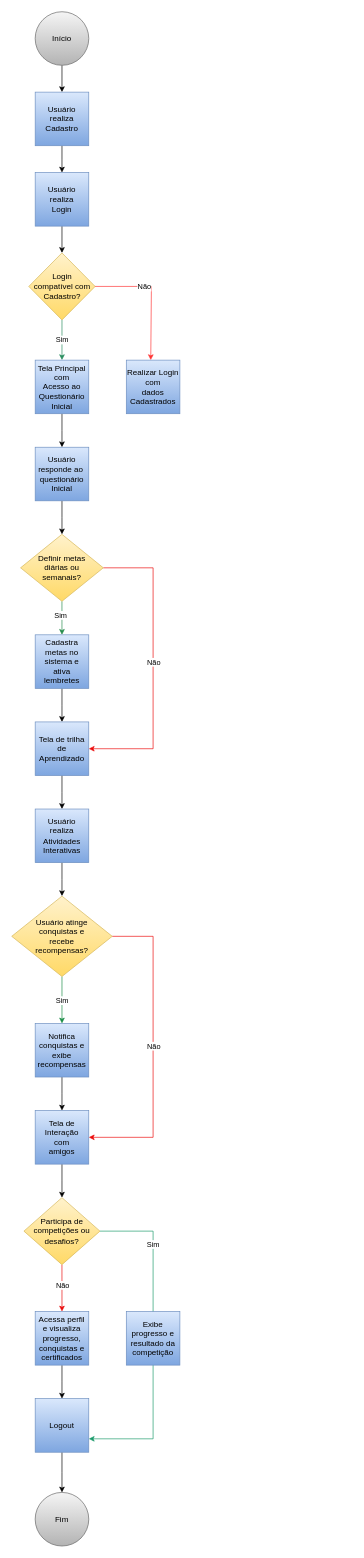
The draw.io diagram Documentação/Diagramas/Diagrama de Atividades.drawio in Carla-coder/Leka.github.io, before the edit. Source tidied: cells renumbered, new cells numbered last; positions are measured from the earlier drawing's top-left corner, leaving out a move shared by most shapes. Both pictures are drawn from the tidied source at 67%, with x=0, y=0 at pixel (11, 11).
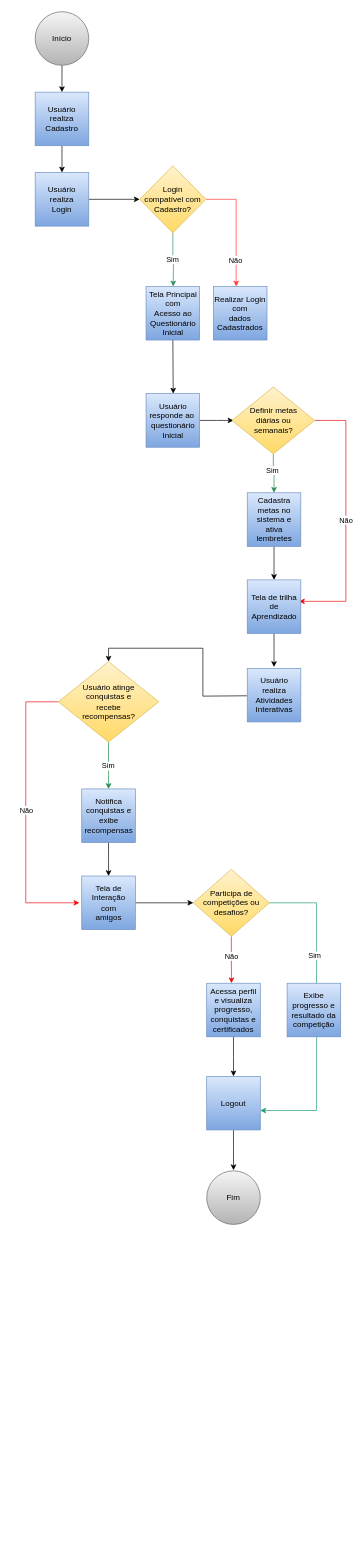
Above is the later version.

The change refers to these unchanged cells:
```xml
<mxCell id="7" value="Usuário realiza&lt;div&gt;Login&lt;/div&gt;" style="whiteSpace=wrap;html=1;fillColor=#dae8fc;gradientColor=#7ea6e0;strokeColor=#6c8ebf;" parent="1" vertex="1">
  <mxGeometry x="35" y="240" width="80" height="80" as="geometry" />
</mxCell>
```

Change to the diagram source:
```diff
@@
-    <mxCell id="6" style="edgeStyle=orthogonalEdgeStyle;rounded=0;jettySize=auto;html=1;exitX=0.5;exitY=1;exitDx=0;exitDy=0;" parent="1" edge="1" source="7" target="12">
+    <mxCell id="6" style="edgeStyle=orthogonalEdgeStyle;rounded=0;jettySize=auto;html=1;exitX=1;exitY=0.5;exitDx=0;exitDy=0;" parent="1" edge="1" source="7" target="12">
       <mxGeometry relative="1" as="geometry" />
     </mxCell>
@@
-    <mxCell id="8" style="edgeStyle=orthogonalEdgeStyle;rounded=0;orthogonalLoop=1;jettySize=auto;html=1;exitX=1;exitY=0.5;exitDx=0;exitDy=0;strokeColor=#FF3333;" parent="1" edge="1">
+    <mxCell id="8" style="edgeStyle=orthogonalEdgeStyle;rounded=0;jettySize=auto;html=1;strokeColor=#FF3333;exitX=1;exitY=0.5;exitDx=0;exitDy=0;" parent="1" edge="1" source="12">
       <mxGeometry relative="1" as="geometry">
-        <mxPoint x="71" y="410" as="sourcePoint" />
-        <mxPoint x="207.5" y="520" as="targetPoint" />
+        <mxPoint x="335" y="410" as="targetPoint" />
         <Array as="points">
-          <mxPoint x="208.5" y="410" />
+          <mxPoint x="335" y="280" />
         </Array>
       </mxGeometry>
     </mxCell>
     <mxCell id="9" value="Não" style="edgeLabel;html=1;align=center;verticalAlign=middle;" parent="8" vertex="1">
       <mxGeometry x="-0.18" relative="1" as="geometry">
-        <mxPoint x="25" as="offset" />
+        <mxPoint x="-2" y="63" as="offset" />
       </mxGeometry>
     </mxCell>
     <mxCell id="10" style="edgeStyle=orthogonalEdgeStyle;rounded=0;jettySize=auto;html=1;exitX=0.5;exitY=1;exitDx=0;exitDy=0;strokeColor=#298e5f;" parent="1" edge="1" source="12">
       <mxGeometry relative="1" as="geometry">
-        <mxPoint x="75" y="520" as="targetPoint" />
+        <mxPoint x="241" y="410" as="targetPoint" />
       </mxGeometry>
     </mxCell>
@@
     <mxCell id="12" value="Login&lt;div&gt;compatível com&lt;/div&gt;&lt;div&gt;Cadastro?&lt;/div&gt;" style="rhombus;whiteSpace=wrap;html=1;fillColor=#fff2cc;gradientColor=#ffd966;strokeColor=#d6b656;" parent="1" vertex="1">
-      <mxGeometry x="25.5" y="360" width="99" height="100" as="geometry" />
+      <mxGeometry x="191" y="230" width="99" height="100" as="geometry" />
     </mxCell>
     <mxCell id="13" value="Realizar Login&lt;div&gt;com&lt;/div&gt;&lt;div&gt;dados&lt;/div&gt;&lt;div&gt;Cadastrados&lt;/div&gt;" style="whiteSpace=wrap;html=1;fillColor=#dae8fc;gradientColor=#7ea6e0;strokeColor=#6c8ebf;" parent="1" vertex="1">
-      <mxGeometry x="171" y="520" width="80" height="80" as="geometry" />
+      <mxGeometry x="301" y="410" width="80" height="80" as="geometry" />
     </mxCell>
-    <mxCell id="14" style="edgeStyle=orthogonalEdgeStyle;rounded=0;jettySize=auto;html=1;exitX=0.5;exitY=1;exitDx=0;exitDy=0;" parent="1" edge="1" source="15">
+    <mxCell id="14" style="rounded=0;jettySize=auto;html=1;exitX=0.5;exitY=1;exitDx=0;exitDy=0;" parent="1" edge="1" source="15">
       <mxGeometry relative="1" as="geometry">
-        <mxPoint x="75" y="650" as="targetPoint" />
+        <mxPoint x="241" y="570" as="targetPoint" />
       </mxGeometry>
     </mxCell>
     <mxCell id="15" value="Tela Principal com&lt;div&gt;Acesso ao&lt;/div&gt;&lt;div&gt;Questionário&lt;/div&gt;&lt;div&gt;Inicial&lt;/div&gt;" style="whiteSpace=wrap;html=1;fillColor=#dae8fc;gradientColor=#7ea6e0;strokeColor=#6c8ebf;" parent="1" vertex="1">
-      <mxGeometry x="35" y="520" width="80" height="80" as="geometry" />
+      <mxGeometry x="200.5" y="410" width="80" height="80" as="geometry" />
     </mxCell>
-    <mxCell id="16" style="edgeStyle=orthogonalEdgeStyle;rounded=0;jettySize=auto;html=1;exitX=0.5;exitY=1;exitDx=0;exitDy=0;" parent="1" edge="1" source="17">
+    <mxCell id="16" style="edgeStyle=orthogonalEdgeStyle;rounded=0;jettySize=auto;html=1;exitX=1;exitY=0.5;exitDx=0;exitDy=0;" parent="1" edge="1" source="17">
       <mxGeometry relative="1" as="geometry">
-        <mxPoint x="75" y="780" as="targetPoint" />
+        <mxPoint x="331" y="610" as="targetPoint" />
       </mxGeometry>
     </mxCell>
     <mxCell id="17" value="Usuário responde ao&amp;nbsp;&lt;div&gt;questionário&lt;/div&gt;&lt;div&gt;Inicial&lt;/div&gt;" style="whiteSpace=wrap;html=1;fillColor=#dae8fc;gradientColor=#7ea6e0;strokeColor=#6c8ebf;" parent="1" vertex="1">
-      <mxGeometry x="35" y="650" width="80" height="80" as="geometry" />
+      <mxGeometry x="200.5" y="570" width="80" height="80" as="geometry" />
     </mxCell>
@@
-    <mxCell id="20" style="edgeStyle=orthogonalEdgeStyle;rounded=0;jettySize=auto;html=1;exitX=1;exitY=0.5;exitDx=0;exitDy=0;entryX=1;entryY=0.5;entryDx=0;entryDy=0;fillColor=#f8cecc;gradientColor=#ea6b66;strokeColor=#ec0909;" parent="1" edge="1" source="22" target="26">
+    <mxCell id="20" style="edgeStyle=orthogonalEdgeStyle;rounded=0;jettySize=auto;html=1;exitX=1;exitY=0.5;exitDx=0;exitDy=0;entryX=0.966;entryY=0.4;entryDx=0;entryDy=0;fillColor=#f8cecc;gradientColor=#ea6b66;strokeColor=#ec0909;entryPerimeter=0;" parent="1" edge="1" source="22" target="26">
       <mxGeometry relative="1" as="geometry">
         <Array as="points">
-          <mxPoint x="211" y="830" />
-          <mxPoint x="211" y="1100" />
+          <mxPoint x="498.7" y="610" />
+          <mxPoint x="498.7" y="880" />
         </Array>
       </mxGeometry>
     </mxCell>
     <mxCell id="21" value="Não" style="edgeLabel;html=1;align=center;verticalAlign=middle;" parent="20" vertex="1">
       <mxGeometry x="-0.03" y="2" relative="1" as="geometry">
-        <mxPoint x="-2" y="1" as="offset" />
+        <mxPoint x="-2" y="8" as="offset" />
       </mxGeometry>
     </mxCell>
     <mxCell id="22" value="Definir metas&lt;div&gt;diárias ou&lt;/div&gt;&lt;div&gt;semanais?&lt;/div&gt;" style="rhombus;whiteSpace=wrap;html=1;fillColor=#fff2cc;gradientColor=#ffd966;strokeColor=#d6b656;" parent="1" vertex="1">
-      <mxGeometry x="13.2" y="780" width="123.5" height="100" as="geometry" />
+      <mxGeometry x="328.7" y="560" width="123.5" height="100" as="geometry" />
     </mxCell>
     <mxCell id="23" style="edgeStyle=orthogonalEdgeStyle;rounded=0;jettySize=auto;html=1;exitX=0.5;exitY=1;exitDx=0;exitDy=0;" parent="1" edge="1" source="24">
       <mxGeometry relative="1" as="geometry">
-        <mxPoint x="75" y="1060" as="targetPoint" />
+        <mxPoint x="391.5" y="848" as="targetPoint" />
       </mxGeometry>
     </mxCell>
     <mxCell id="24" value="Cadastra metas no&lt;div&gt;sistema e&lt;/div&gt;&lt;div&gt;ativa lembretes&lt;/div&gt;" style="whiteSpace=wrap;html=1;fillColor=#dae8fc;gradientColor=#7ea6e0;strokeColor=#6c8ebf;" parent="1" vertex="1">
-      <mxGeometry x="35" y="930" width="80" height="80" as="geometry" />
+      <mxGeometry x="351.5" y="718" width="80" height="80" as="geometry" />
     </mxCell>
     <mxCell id="25" style="edgeStyle=orthogonalEdgeStyle;rounded=0;jettySize=auto;html=1;exitX=0.5;exitY=1;exitDx=0;exitDy=0;" parent="1" edge="1" source="26">
       <mxGeometry relative="1" as="geometry">
-        <mxPoint x="75" y="1190" as="targetPoint" />
+        <mxPoint x="391.5" y="978" as="targetPoint" />
       </mxGeometry>
     </mxCell>
     <mxCell id="26" value="Tela de trilha&lt;div&gt;de&lt;/div&gt;&lt;div&gt;Aprendizado&lt;/div&gt;" style="whiteSpace=wrap;html=1;fillColor=#dae8fc;gradientColor=#7ea6e0;strokeColor=#6c8ebf;" parent="1" vertex="1">
-      <mxGeometry x="35" y="1060" width="80" height="80" as="geometry" />
+      <mxGeometry x="351.5" y="848" width="80" height="80" as="geometry" />
     </mxCell>
-    <mxCell id="27" style="edgeStyle=orthogonalEdgeStyle;rounded=0;jettySize=auto;html=1;exitX=0.5;exitY=1;exitDx=0;exitDy=0;" parent="1" edge="1" source="28">
+    <mxCell id="27" style="edgeStyle=orthogonalEdgeStyle;rounded=0;jettySize=auto;html=1;entryX=0.5;entryY=0;entryDx=0;entryDy=0;" parent="1" edge="1" target="33">
       <mxGeometry relative="1" as="geometry">
-        <mxPoint x="75" y="1320" as="targetPoint" />
+        <mxPoint x="351" y="1021" as="sourcePoint" />
       </mxGeometry>
     </mxCell>
     <mxCell id="28" value="Usuário&lt;div&gt;realiza&lt;/div&gt;&lt;div&gt;Atividades&lt;/div&gt;&lt;div&gt;Interativas&lt;/div&gt;" style="whiteSpace=wrap;html=1;fillColor=#dae8fc;gradientColor=#7ea6e0;strokeColor=#6c8ebf;" parent="1" vertex="1">
-      <mxGeometry x="35" y="1190" width="80" height="80" as="geometry" />
+      <mxGeometry x="351.5" y="980" width="80" height="80" as="geometry" />
     </mxCell>
     <mxCell id="29" style="edgeStyle=orthogonalEdgeStyle;rounded=0;jettySize=auto;html=1;exitX=0.5;exitY=1;exitDx=0;exitDy=0;strokeColor=#1a8e47;" parent="1" edge="1" source="33">
       <mxGeometry relative="1" as="geometry">
-        <mxPoint x="75" y="1510" as="targetPoint" />
+        <mxPoint x="144.5" y="1160" as="targetPoint" />
       </mxGeometry>
     </mxCell>
@@
-    <mxCell id="31" style="edgeStyle=orthogonalEdgeStyle;rounded=0;jettySize=auto;html=1;exitX=1;exitY=0.5;exitDx=0;exitDy=0;entryX=1;entryY=0.5;entryDx=0;entryDy=0;strokeColor=#ec0909;" parent="1" edge="1" source="33" target="37">
-      <mxGeometry relative="1" as="geometry">
-        <Array as="points">
-          <mxPoint x="211" y="1380" />
-          <mxPoint x="211" y="1680" />
-        </Array>
-      </mxGeometry>
-    </mxCell>
-    <mxCell id="32" value="Não" style="edgeLabel;html=1;align=center;verticalAlign=middle;" parent="31" vertex="1">
-      <mxGeometry x="-0.02" relative="1" as="geometry" />
-    </mxCell>
     <mxCell id="33" value="Usuário atinge&lt;div&gt;conquistas e&lt;/div&gt;&lt;div&gt;recebe&lt;/div&gt;&lt;div&gt;recompensas?&lt;/div&gt;" style="rhombus;whiteSpace=wrap;html=1;fillColor=#fff2cc;gradientColor=#ffd966;strokeColor=#d6b656;" parent="1" vertex="1">
-      <mxGeometry y="1320" width="150" height="120" as="geometry" />
+      <mxGeometry x="69.5" y="970" width="150" height="120" as="geometry" />
     </mxCell>
     <mxCell id="34" style="edgeStyle=orthogonalEdgeStyle;rounded=0;jettySize=auto;html=1;exitX=0.5;exitY=1;exitDx=0;exitDy=0;" parent="1" edge="1" source="35">
       <mxGeometry relative="1" as="geometry">
-        <mxPoint x="75" y="1640" as="targetPoint" />
+        <mxPoint x="144.5" y="1290" as="targetPoint" />
       </mxGeometry>
     </mxCell>
     <mxCell id="35" value="Notifica conquistas e&lt;div&gt;exibe&lt;/div&gt;&lt;div&gt;recompensas&lt;/div&gt;" style="whiteSpace=wrap;html=1;fillColor=#dae8fc;gradientColor=#7ea6e0;strokeColor=#6c8ebf;" parent="1" vertex="1">
-      <mxGeometry x="35" y="1510" width="80" height="80" as="geometry" />
+      <mxGeometry x="104.5" y="1160" width="80" height="80" as="geometry" />
     </mxCell>
-    <mxCell id="36" style="edgeStyle=orthogonalEdgeStyle;rounded=0;jettySize=auto;html=1;exitX=0.5;exitY=1;exitDx=0;exitDy=0;" parent="1" edge="1" source="37">
-      <mxGeometry relative="1" as="geometry">
-        <mxPoint x="75" y="1770" as="targetPoint" />
-      </mxGeometry>
+    <mxCell id="36" style="rounded=0;jettySize=auto;html=1;exitX=1;exitY=0.5;exitDx=0;exitDy=0;entryX=0;entryY=0.5;entryDx=0;entryDy=0;" parent="1" edge="1" source="37" target="42">
+      <mxGeometry relative="1" as="geometry" />
     </mxCell>
     <mxCell id="37" value="Tela de Interação&lt;div&gt;com&lt;/div&gt;&lt;div&gt;amigos&lt;/div&gt;" style="whiteSpace=wrap;html=1;fillColor=#dae8fc;gradientColor=#7ea6e0;strokeColor=#6c8ebf;" parent="1" vertex="1">
-      <mxGeometry x="35" y="1640" width="80" height="80" as="geometry" />
+      <mxGeometry x="104.5" y="1290" width="80" height="80" as="geometry" />
     </mxCell>
     <mxCell id="38" style="edgeStyle=orthogonalEdgeStyle;rounded=0;jettySize=auto;html=1;exitX=0.5;exitY=1;exitDx=0;exitDy=0;strokeColor=#ea0b0b;" parent="1" edge="1" source="42">
       <mxGeometry relative="1" as="geometry">
-        <mxPoint x="75" y="1940" as="targetPoint" />
+        <mxPoint x="328" y="1450" as="targetPoint" />
       </mxGeometry>
     </mxCell>
     <mxCell id="39" value="Não" style="edgeLabel;html=1;align=center;verticalAlign=middle;" parent="38" vertex="1">
       <mxGeometry x="0.14" relative="1" as="geometry">
-        <mxPoint y="-9" as="offset" />
+        <mxPoint x="-1" y="-10" as="offset" />
       </mxGeometry>
     </mxCell>
-    <mxCell id="40" style="edgeStyle=orthogonalEdgeStyle;rounded=0;jettySize=auto;html=1;exitX=1;exitY=0.5;exitDx=0;exitDy=0;entryX=1;entryY=0.75;entryDx=0;entryDy=0;strokeColor=#1c9b6b;" parent="1" edge="1" source="42" target="47">
+    <mxCell id="40" style="edgeStyle=orthogonalEdgeStyle;rounded=0;jettySize=auto;html=1;strokeColor=#1c9b6b;entryX=1;entryY=0.638;entryDx=0;entryDy=0;entryPerimeter=0;" parent="1" edge="1" target="47">
       <mxGeometry relative="1" as="geometry">
+        <mxPoint x="384.5" y="1330" as="sourcePoint" />
         <Array as="points">
-          <mxPoint x="211" y="1820" />
-          <mxPoint x="211" y="2130" />
+          <mxPoint x="455" y="1330" />
+          <mxPoint x="455" y="1640" />
         </Array>
       </mxGeometry>
     </mxCell>
     <mxCell id="41" value="Sim" style="edgeLabel;html=1;align=center;verticalAlign=middle;" parent="40" vertex="1">
-      <mxGeometry x="-0.59" y="-1" relative="1" as="geometry" />
+      <mxGeometry x="-0.59" y="-1" relative="1" as="geometry">
+        <mxPoint x="-3" y="54" as="offset" />
+      </mxGeometry>
     </mxCell>
     <mxCell id="42" value="Participa de&lt;div&gt;competições ou&lt;/div&gt;&lt;div&gt;desafios?&lt;/div&gt;" style="rhombus;whiteSpace=wrap;html=1;fillColor=#fff2cc;gradientColor=#ffd966;strokeColor=#d6b656;" parent="1" vertex="1">
-      <mxGeometry x="18.2" y="1770" width="113.5" height="100" as="geometry" />
+      <mxGeometry x="271" y="1280" width="113.5" height="100" as="geometry" />
     </mxCell>
     <mxCell id="43" style="edgeStyle=orthogonalEdgeStyle;rounded=0;jettySize=auto;html=1;exitX=0.5;exitY=1;exitDx=0;exitDy=0;" parent="1" edge="1" source="44">
       <mxGeometry relative="1" as="geometry">
-        <mxPoint x="75" y="2070" as="targetPoint" />
+        <mxPoint x="331" y="1589" as="targetPoint" />
       </mxGeometry>
     </mxCell>
     <mxCell id="44" value="Acessa perfil&lt;div&gt;e visualiza&lt;/div&gt;&lt;div&gt;progresso,&lt;/div&gt;&lt;div&gt;conquistas e&lt;/div&gt;&lt;div&gt;certificados&lt;/div&gt;" style="whiteSpace=wrap;html=1;fillColor=#dae8fc;gradientColor=#7ea6e0;strokeColor=#6c8ebf;" parent="1" vertex="1">
-      <mxGeometry x="35" y="1940" width="80" height="80" as="geometry" />
+      <mxGeometry x="291" y="1450" width="80" height="80" as="geometry" />
     </mxCell>
     <mxCell id="45" value="Exibe progresso e&lt;div&gt;resultado da&lt;/div&gt;&lt;div&gt;competição&lt;/div&gt;" style="whiteSpace=wrap;html=1;fillColor=#dae8fc;gradientColor=#7ea6e0;strokeColor=#6c8ebf;" parent="1" vertex="1">
-      <mxGeometry x="171" y="1940" width="80" height="80" as="geometry" />
+      <mxGeometry x="411" y="1450" width="80" height="80" as="geometry" />
     </mxCell>
     <mxCell id="46" style="edgeStyle=orthogonalEdgeStyle;rounded=0;jettySize=auto;html=1;exitX=0.5;exitY=1;exitDx=0;exitDy=0;" parent="1" edge="1" source="47">
       <mxGeometry relative="1" as="geometry">
-        <mxPoint x="75" y="2210" as="targetPoint" />
+        <mxPoint x="331" y="1729" as="targetPoint" />
       </mxGeometry>
     </mxCell>
     <mxCell id="47" value="Logout" style="whiteSpace=wrap;html=1;fillColor=#dae8fc;gradientColor=#7ea6e0;strokeColor=#6c8ebf;" parent="1" vertex="1">
-      <mxGeometry x="35" y="2070" width="80" height="80" as="geometry" />
+      <mxGeometry x="291" y="1589" width="80" height="80" as="geometry" />
     </mxCell>
     <mxCell id="48" value="&lt;div&gt;Fim&lt;/div&gt;" style="ellipse;whiteSpace=wrap;html=1;fillColor=#f5f5f5;gradientColor=#b3b3b3;strokeColor=#666666;" parent="1" vertex="1">
-      <mxGeometry x="35" y="2210" width="80" height="80" as="geometry" />
+      <mxGeometry x="291" y="1730" width="80" height="80" as="geometry" />
     </mxCell>
+    <mxCell id="49" style="edgeStyle=orthogonalEdgeStyle;rounded=0;jettySize=auto;html=1;exitX=0;exitY=0.5;exitDx=0;exitDy=0;strokeColor=#ec0909;" parent="1" edge="1" source="33">
+      <mxGeometry relative="1" as="geometry">
+        <mxPoint x="101" y="1330" as="targetPoint" />
+        <Array as="points">
+          <mxPoint x="21" y="1030" />
+          <mxPoint x="21" y="1330" />
+        </Array>
+      </mxGeometry>
+    </mxCell>
+    <mxCell id="32" value="Não" style="edgeLabel;html=1;align=center;verticalAlign=middle;" parent="49" vertex="1">
+      <mxGeometry x="-0.02" relative="1" as="geometry" />
+    </mxCell>
```
